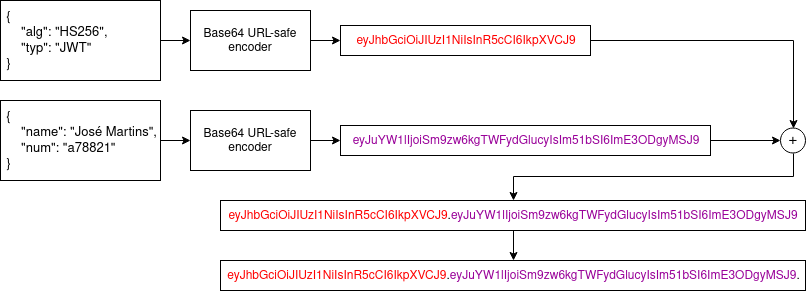
Above: RPD/img/buildJWT.png in jcm300/masters_dissertation (draw.io), before the change. Source tidied: cells renumbered, new cells last; positions are measured from the earlier drawing's top-left corner, leaving out a move shared by most shapes.
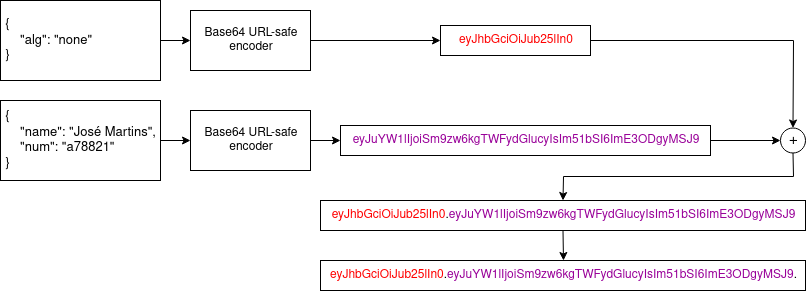
Later version of the same file.

Diff of the diagram source:
```diff
@@ -5,7 +5,7 @@
     <mxCell id="2" style="edgeStyle=orthogonalEdgeStyle;rounded=0;jettySize=auto;html=1;exitX=1;exitY=0.5;exitDx=0;exitDy=0;entryX=0;entryY=0.5;entryDx=0;entryDy=0;" parent="1" edge="1" source="3" target="7">
       <mxGeometry relative="1" as="geometry" />
     </mxCell>
-    <mxCell id="3" value="&amp;nbsp;&lt;font style=&quot;font-size: 13px&quot;&gt;{&lt;br&gt;&lt;/font&gt;&lt;div style=&quot;font-size: 13px&quot; align=&quot;left&quot;&gt;&lt;font style=&quot;font-size: 13px&quot;&gt;&amp;nbsp;&amp;nbsp; &amp;nbsp; &quot;alg&quot;: &quot;HS256&quot;,&lt;br&gt;&lt;/font&gt;&lt;/div&gt;&lt;div style=&quot;font-size: 13px&quot; align=&quot;left&quot;&gt;&lt;font style=&quot;font-size: 13px&quot;&gt;&amp;nbsp; &amp;nbsp;&amp;nbsp; &quot;typ&quot;: &quot;JWT&quot;&lt;/font&gt;&lt;/div&gt;&lt;div style=&quot;font-size: 13px&quot; align=&quot;left&quot;&gt;&lt;font style=&quot;font-size: 13px&quot;&gt;&amp;nbsp;}&lt;/font&gt;&lt;/div&gt;" style="text;html=1;strokeColor=#000000;fillColor=none;align=left;verticalAlign=middle;whiteSpace=wrap;rounded=0;" parent="1" vertex="1">
+    <mxCell id="3" value="&amp;nbsp;&lt;font style=&quot;font-size: 13px&quot;&gt;{&lt;br&gt;&lt;/font&gt;&lt;div style=&quot;font-size: 13px&quot; align=&quot;left&quot;&gt;&lt;font style=&quot;font-size: 13px&quot;&gt;&amp;nbsp;&amp;nbsp; &amp;nbsp; &quot;alg&quot;: &quot;none&quot;&lt;br&gt;&lt;/font&gt;&lt;/div&gt;&lt;div style=&quot;font-size: 13px&quot; align=&quot;left&quot;&gt;&lt;font style=&quot;font-size: 13px&quot;&gt;&amp;nbsp;}&lt;/font&gt;&lt;/div&gt;" style="text;html=1;strokeColor=#000000;fillColor=none;align=left;verticalAlign=middle;whiteSpace=wrap;rounded=0;" parent="1" vertex="1">
       <mxGeometry width="160" height="80" as="geometry" />
     </mxCell>
     <mxCell id="4" style="edgeStyle=orthogonalEdgeStyle;rounded=0;jettySize=auto;html=1;exitX=1;exitY=0.5;exitDx=0;exitDy=0;entryX=0;entryY=0.5;entryDx=0;entryDy=0;" parent="1" edge="1" source="5" target="9">
@@ -29,8 +29,8 @@
     <mxCell id="10" style="edgeStyle=orthogonalEdgeStyle;rounded=0;jettySize=auto;html=1;exitX=1;exitY=0.5;exitDx=0;exitDy=0;entryX=0.5;entryY=0;entryDx=0;entryDy=0;" parent="1" edge="1" source="11" target="15">
       <mxGeometry relative="1" as="geometry" />
     </mxCell>
-    <mxCell id="11" value="&lt;font color=&quot;#FF0000&quot;&gt;eyJhbGciOiJIUzI1NiIsInR5cCI6IkpXVCJ9&lt;/font&gt;" style="text;html=1;strokeColor=#000000;fillColor=none;align=center;verticalAlign=middle;whiteSpace=wrap;rounded=0;" parent="1" vertex="1">
-      <mxGeometry x="340" y="25" width="250" height="30" as="geometry" />
+    <mxCell id="11" value="&lt;font color=&quot;#FF0000&quot;&gt;eyJhbGciOiJub25lIn0&lt;/font&gt;" style="text;html=1;strokeColor=#000000;fillColor=none;align=center;verticalAlign=middle;whiteSpace=wrap;rounded=0;" parent="1" vertex="1">
+      <mxGeometry x="440" y="25" width="150" height="30" as="geometry" />
     </mxCell>
     <mxCell id="12" style="edgeStyle=orthogonalEdgeStyle;rounded=0;jettySize=auto;html=1;exitX=1;exitY=0.5;exitDx=0;exitDy=0;entryX=0;entryY=0.5;entryDx=0;entryDy=0;" parent="1" edge="1" source="13" target="15">
       <mxGeometry relative="1" as="geometry" />
@@ -47,11 +47,11 @@
     <mxCell id="16" style="edgeStyle=orthogonalEdgeStyle;rounded=0;jettySize=auto;html=1;exitX=0.5;exitY=1;exitDx=0;exitDy=0;entryX=0.5;entryY=0;entryDx=0;entryDy=0;" parent="1" edge="1" source="17" target="18">
       <mxGeometry relative="1" as="geometry" />
     </mxCell>
-    <mxCell id="17" value="&lt;font color=&quot;#FF0000&quot;&gt;eyJhbGciOiJIUzI1NiIsInR5cCI6IkpXVCJ9&lt;/font&gt;.&lt;font color=&quot;#990099&quot;&gt;eyJuYW1lIjoiSm9zw6kgTWFydGlucyIsIm51bSI6ImE3ODgyMSJ9&lt;/font&gt;" style="text;html=1;strokeColor=#000000;fillColor=none;align=center;verticalAlign=middle;whiteSpace=wrap;rounded=0;" parent="1" vertex="1">
-      <mxGeometry x="220" y="200" width="585" height="30" as="geometry" />
+    <mxCell id="17" value="&lt;font color=&quot;#FF0000&quot;&gt;eyJhbGciOiJub25lIn0&lt;/font&gt;.&lt;font color=&quot;#990099&quot;&gt;eyJuYW1lIjoiSm9zw6kgTWFydGlucyIsIm51bSI6ImE3ODgyMSJ9&lt;/font&gt;" style="text;html=1;strokeColor=#000000;fillColor=none;align=center;verticalAlign=middle;whiteSpace=wrap;rounded=0;" parent="1" vertex="1">
+      <mxGeometry x="320" y="200" width="485" height="30" as="geometry" />
     </mxCell>
-    <mxCell id="18" value="&lt;font color=&quot;#FF0000&quot;&gt;eyJhbGciOiJIUzI1NiIsInR5cCI6IkpXVCJ9&lt;/font&gt;.&lt;font color=&quot;#990099&quot;&gt;eyJuYW1lIjoiSm9zw6kgTWFydGlucyIsIm51bSI6ImE3ODgyMSJ9&lt;font color=&quot;#000000&quot;&gt;.&lt;/font&gt;&lt;/font&gt;" style="text;html=1;strokeColor=#000000;fillColor=none;align=center;verticalAlign=middle;whiteSpace=wrap;rounded=0;" parent="1" vertex="1">
-      <mxGeometry x="220" y="260" width="585" height="30" as="geometry" />
+    <mxCell id="18" value="&lt;font color=&quot;#FF0000&quot;&gt;eyJhbGciOiJub25lIn0&lt;/font&gt;.&lt;font color=&quot;#990099&quot;&gt;eyJuYW1lIjoiSm9zw6kgTWFydGlucyIsIm51bSI6ImE3ODgyMSJ9&lt;font color=&quot;#000000&quot;&gt;.&lt;/font&gt;&lt;/font&gt;" style="text;html=1;strokeColor=#000000;fillColor=none;align=center;verticalAlign=middle;whiteSpace=wrap;rounded=0;" parent="1" vertex="1">
+      <mxGeometry x="320" y="260" width="485" height="30" as="geometry" />
     </mxCell>
   </root>
 </mxGraphModel>
```
